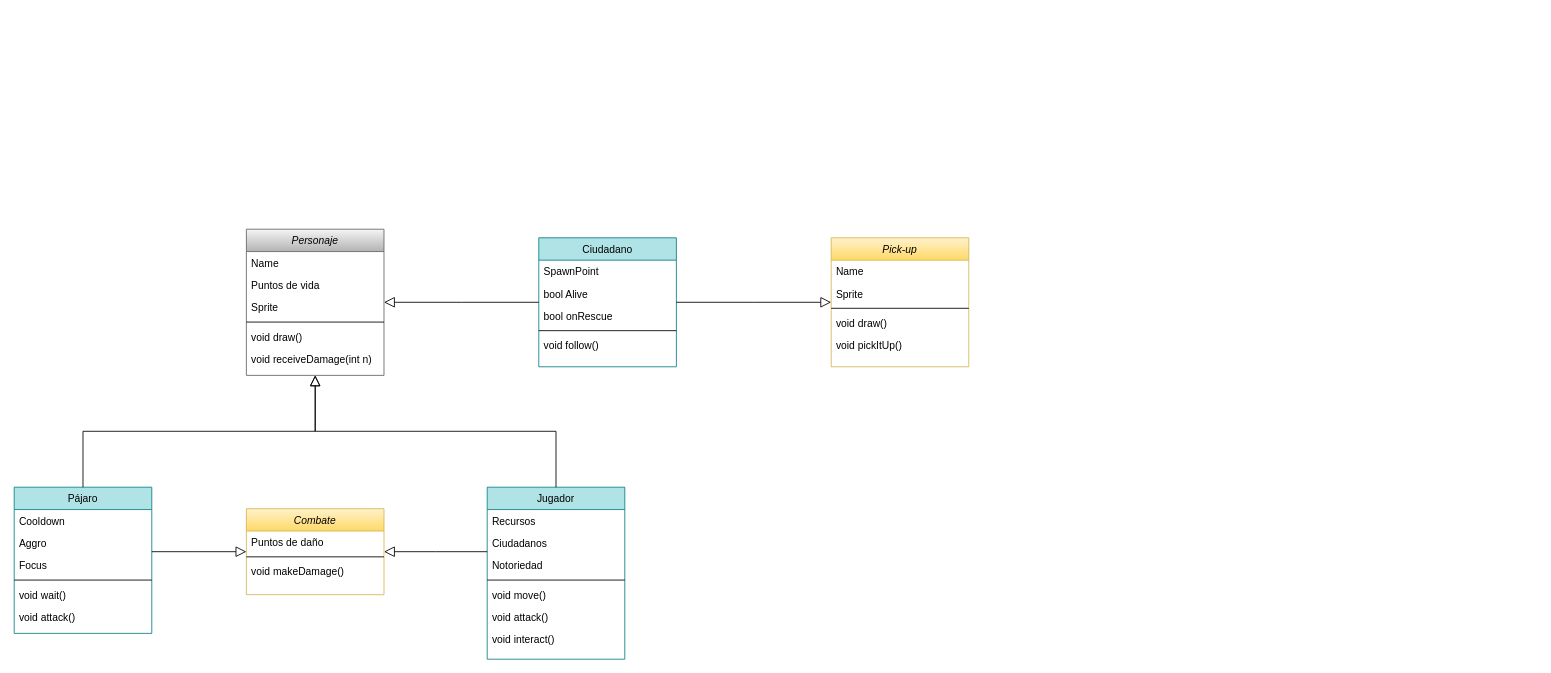
Before: assets/documents/Arquitectura - UML/Diagrama de GameObjects.drawio in Acedpol/Proyecto_PVLI---AVES, a draw.io diagram. Source tidied: cells renumbered, new cells numbered last; positions are measured from the earlier drawing's top-left corner, leaving out a move shared by most shapes. Both pictures are drawn from the tidied source at 86%, with x=0, y=0 at pixel (14, 229).
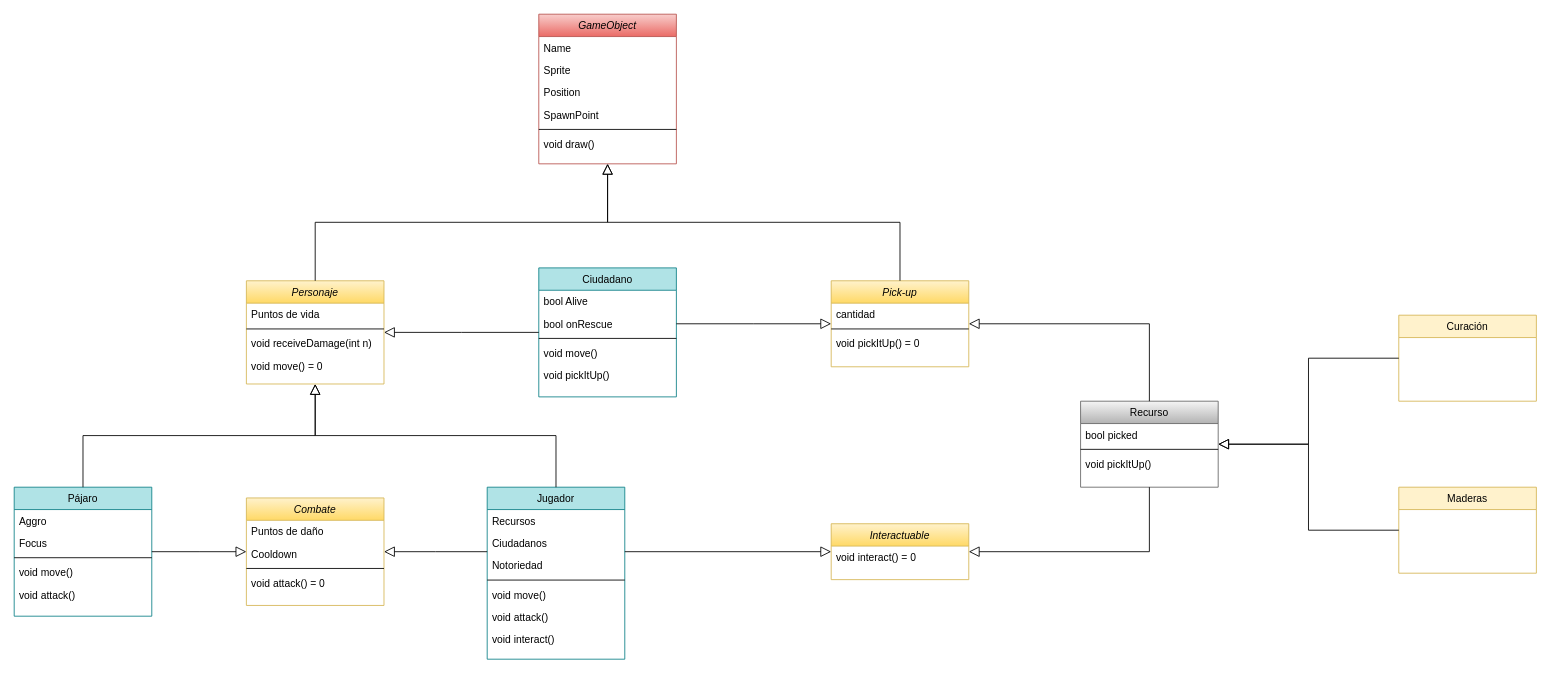
Above is the later version.

Commit message:
UML un poco más conciso

The change refers to these unchanged cells:
```xml
<mxCell id="17" value="Jugador" style="swimlane;fontStyle=0;align=center;verticalAlign=top;horizontal=1;startSize=26;rounded=0;shadow=0;strokeWidth=1;fillColor=#b0e3e6;strokeColor=#0e8088;" parent="1" vertex="1">
  <mxGeometry x="550" y="300" width="160" height="200" as="geometry" />
</mxCell>
```

The edit, as a diff of the source:
```diff
@@
-    <mxCell id="2" value="Personaje" style="swimlane;fontStyle=2;align=center;verticalAlign=top;horizontal=1;startSize=26;rounded=0;shadow=0;strokeWidth=1;fillColor=#f5f5f5;strokeColor=#666666;gradientColor=#b3b3b3;" parent="1" vertex="1">
-      <mxGeometry x="270" width="160" height="170" as="geometry" />
+    <mxCell id="2" value="Personaje" style="swimlane;fontStyle=2;align=center;verticalAlign=top;horizontal=1;startSize=26;rounded=0;shadow=0;strokeWidth=1;fillColor=#fff2cc;strokeColor=#d6b656;gradientColor=#ffd966;" parent="1" vertex="1">
+      <mxGeometry x="270" y="60" width="160" height="120" as="geometry" />
     </mxCell>
-    <mxCell id="3" value="Name" style="text;align=left;verticalAlign=top;spacingLeft=4;spacingRight=4;overflow=hidden;" parent="2" vertex="1">
-      <mxGeometry y="26" width="160" height="26" as="geometry" />
-    </mxCell>
     <mxCell id="4" value="Puntos de vida" style="text;align=left;verticalAlign=top;spacingLeft=4;spacingRight=4;overflow=hidden;rounded=0;shadow=0;html=0;" parent="2" vertex="1">
-      <mxGeometry y="52" width="160" height="26" as="geometry" />
+      <mxGeometry y="26" width="160" height="26" as="geometry" />
     </mxCell>
-    <mxCell id="5" value="Sprite" style="text;align=left;verticalAlign=top;spacingLeft=4;spacingRight=4;overflow=hidden;" parent="2" vertex="1">
-      <mxGeometry y="78" width="160" height="26" as="geometry" />
-    </mxCell>
     <mxCell id="6" style="line;html=1;strokeWidth=1;align=left;verticalAlign=middle;spacingTop=-1;spacingLeft=3;spacingRight=3;labelPosition=right;" parent="2" vertex="1">
-      <mxGeometry y="104" width="160" height="8" as="geometry" />
+      <mxGeometry y="52" width="160" height="8" as="geometry" />
     </mxCell>
-    <mxCell id="7" value="void draw()" style="text;align=left;verticalAlign=top;spacingLeft=4;spacingRight=4;overflow=hidden;" parent="2" vertex="1">
-      <mxGeometry y="112" width="160" height="26" as="geometry" />
-    </mxCell>
     <mxCell id="8" value="void receiveDamage(int n)" style="text;align=left;verticalAlign=top;spacingLeft=4;spacingRight=4;overflow=hidden;" parent="2" vertex="1">
-      <mxGeometry y="138" width="160" height="26" as="geometry" />
+      <mxGeometry y="60" width="160" height="26" as="geometry" />
     </mxCell>
+    <mxCell id="46" value="void move() = 0" style="text;align=left;verticalAlign=top;spacingLeft=4;spacingRight=4;overflow=hidden;" parent="2" vertex="1">
+      <mxGeometry y="86" width="160" height="26" as="geometry" />
+    </mxCell>
     <mxCell id="9" value="Pájaro" style="swimlane;fontStyle=0;align=center;verticalAlign=top;horizontal=1;startSize=26;rounded=0;shadow=0;strokeWidth=1;fillColor=#b0e3e6;strokeColor=#0e8088;" parent="1" vertex="1">
-      <mxGeometry y="300" width="160" height="170" as="geometry" />
+      <mxGeometry y="300" width="160" height="150" as="geometry" />
     </mxCell>
-    <mxCell id="10" value="Cooldown" style="text;align=left;verticalAlign=top;spacingLeft=4;spacingRight=4;overflow=hidden;fillColor=none;" parent="9" vertex="1">
-      <mxGeometry y="26" width="160" height="26" as="geometry" />
-    </mxCell>
     <mxCell id="11" value="Aggro" style="text;align=left;verticalAlign=top;spacingLeft=4;spacingRight=4;overflow=hidden;rounded=0;shadow=0;html=0;" parent="9" vertex="1">
-      <mxGeometry y="52" width="160" height="26" as="geometry" />
+      <mxGeometry y="26" width="160" height="26" as="geometry" />
     </mxCell>
     <mxCell id="12" value="Focus" style="text;align=left;verticalAlign=top;spacingLeft=4;spacingRight=4;overflow=hidden;" parent="9" vertex="1">
-      <mxGeometry y="78" width="160" height="26" as="geometry" />
+      <mxGeometry y="52" width="160" height="26" as="geometry" />
     </mxCell>
     <mxCell id="13" style="line;html=1;strokeWidth=1;align=left;verticalAlign=middle;spacingTop=-1;spacingLeft=3;spacingRight=3;labelPosition=right;" parent="9" vertex="1">
-      <mxGeometry y="104" width="160" height="8" as="geometry" />
+      <mxGeometry y="78" width="160" height="8" as="geometry" />
     </mxCell>
-    <mxCell id="14" value="void wait()" style="text;align=left;verticalAlign=top;spacingLeft=4;spacingRight=4;overflow=hidden;fontStyle=0;" parent="9" vertex="1">
-      <mxGeometry y="112" width="160" height="26" as="geometry" />
+    <mxCell id="14" value="void move()" style="text;align=left;verticalAlign=top;spacingLeft=4;spacingRight=4;overflow=hidden;fontStyle=0;" parent="9" vertex="1">
+      <mxGeometry y="86" width="160" height="26" as="geometry" />
     </mxCell>
     <mxCell id="15" value="void attack()" style="text;align=left;verticalAlign=top;spacingLeft=4;spacingRight=4;overflow=hidden;rounded=0;shadow=0;html=0;" parent="9" vertex="1">
-      <mxGeometry y="138" width="160" height="26" as="geometry" />
+      <mxGeometry y="112" width="160" height="26" as="geometry" />
     </mxCell>
@@
     <mxCell id="26" value="Ciudadano" style="swimlane;fontStyle=0;align=center;verticalAlign=top;horizontal=1;startSize=26;rounded=0;shadow=0;strokeWidth=1;fillColor=#b0e3e6;strokeColor=#0e8088;" parent="1" vertex="1">
-      <mxGeometry x="610" y="10" width="160" height="150" as="geometry" />
+      <mxGeometry x="610" y="45" width="160" height="150" as="geometry" />
     </mxCell>
-    <mxCell id="27" value="SpawnPoint" style="text;align=left;verticalAlign=top;spacingLeft=4;spacingRight=4;overflow=hidden;" parent="26" vertex="1">
-      <mxGeometry y="26" width="160" height="26" as="geometry" />
-    </mxCell>
     <mxCell id="28" value="bool Alive" style="text;align=left;verticalAlign=top;spacingLeft=4;spacingRight=4;overflow=hidden;rounded=0;shadow=0;html=0;" parent="26" vertex="1">
-      <mxGeometry y="52" width="160" height="26" as="geometry" />
+      <mxGeometry y="26" width="160" height="26" as="geometry" />
     </mxCell>
     <mxCell id="29" value="bool onRescue" style="text;align=left;verticalAlign=top;spacingLeft=4;spacingRight=4;overflow=hidden;" parent="26" vertex="1">
-      <mxGeometry y="78" width="160" height="26" as="geometry" />
+      <mxGeometry y="52" width="160" height="26" as="geometry" />
     </mxCell>
     <mxCell id="30" style="line;html=1;strokeWidth=1;align=left;verticalAlign=middle;spacingTop=-1;spacingLeft=3;spacingRight=3;labelPosition=right;" parent="26" vertex="1">
-      <mxGeometry y="104" width="160" height="8" as="geometry" />
+      <mxGeometry y="78" width="160" height="8" as="geometry" />
     </mxCell>
-    <mxCell id="31" value="void follow()" style="text;align=left;verticalAlign=top;spacingLeft=4;spacingRight=4;overflow=hidden;" parent="26" vertex="1">
-      <mxGeometry y="112" width="160" height="26" as="geometry" />
+    <mxCell id="31" value="void move()" style="text;align=left;verticalAlign=top;spacingLeft=4;spacingRight=4;overflow=hidden;" parent="26" vertex="1">
+      <mxGeometry y="86" width="160" height="26" as="geometry" />
     </mxCell>
+    <mxCell id="47" value="void pickItUp()" style="text;align=left;verticalAlign=top;spacingLeft=4;spacingRight=4;overflow=hidden;" parent="26" vertex="1">
+      <mxGeometry y="112" width="160" height="26" as="geometry" />
+    </mxCell>
@@
     <mxCell id="33" value="Pick-up" style="swimlane;fontStyle=2;align=center;verticalAlign=top;horizontal=1;startSize=26;rounded=0;shadow=0;strokeWidth=1;fillColor=#fff2cc;strokeColor=#d6b656;gradientColor=#ffd966;" parent="1" vertex="1">
-      <mxGeometry x="950" y="10" width="160" height="150" as="geometry" />
+      <mxGeometry x="950" y="60" width="160" height="100" as="geometry" />
     </mxCell>
-    <mxCell id="34" value="Name" style="text;align=left;verticalAlign=top;spacingLeft=4;spacingRight=4;overflow=hidden;" parent="33" vertex="1">
-      <mxGeometry y="26" width="160" height="26" as="geometry" />
-    </mxCell>
-    <mxCell id="35" value="Sprite" style="text;align=left;verticalAlign=top;spacingLeft=4;spacingRight=4;overflow=hidden;" parent="33" vertex="1">
-      <mxGeometry y="52" width="160" height="26" as="geometry" />
-    </mxCell>
+    <mxCell id="48" value="cantidad" style="text;align=left;verticalAlign=top;spacingLeft=4;spacingRight=4;overflow=hidden;" parent="33" vertex="1">
+      <mxGeometry y="26" width="160" height="26" as="geometry" />
+    </mxCell>
     <mxCell id="36" style="line;html=1;strokeWidth=1;align=left;verticalAlign=middle;spacingTop=-1;spacingLeft=3;spacingRight=3;labelPosition=right;" parent="33" vertex="1">
-      <mxGeometry y="78" width="160" height="8" as="geometry" />
+      <mxGeometry y="52" width="160" height="8" as="geometry" />
     </mxCell>
-    <mxCell id="37" value="void draw()" style="text;align=left;verticalAlign=top;spacingLeft=4;spacingRight=4;overflow=hidden;" parent="33" vertex="1">
-      <mxGeometry y="86" width="160" height="26" as="geometry" />
-    </mxCell>
-    <mxCell id="38" value="void pickItUp()" style="text;align=left;verticalAlign=top;spacingLeft=4;spacingRight=4;overflow=hidden;" parent="33" vertex="1">
-      <mxGeometry y="112" width="160" height="26" as="geometry" />
+    <mxCell id="38" value="void pickItUp() = 0" style="text;align=left;verticalAlign=top;spacingLeft=4;spacingRight=4;overflow=hidden;" parent="33" vertex="1">
+      <mxGeometry y="60" width="160" height="26" as="geometry" />
     </mxCell>
@@
     <mxCell id="40" value="Combate" style="swimlane;fontStyle=2;align=center;verticalAlign=top;horizontal=1;startSize=26;rounded=0;shadow=0;strokeWidth=1;fillColor=#fff2cc;strokeColor=#d6b656;gradientColor=#ffd966;" parent="1" vertex="1">
-      <mxGeometry x="270" y="325" width="160" height="100" as="geometry" />
+      <mxGeometry x="270" y="312.5" width="160" height="125" as="geometry" />
     </mxCell>
@@
+    <mxCell id="10" value="Cooldown" style="text;align=left;verticalAlign=top;spacingLeft=4;spacingRight=4;overflow=hidden;fillColor=none;" parent="40" vertex="1">
+      <mxGeometry y="52" width="160" height="26" as="geometry" />
+    </mxCell>
     <mxCell id="42" style="line;html=1;strokeWidth=1;align=left;verticalAlign=middle;spacingTop=-1;spacingLeft=3;spacingRight=3;labelPosition=right;" parent="40" vertex="1">
-      <mxGeometry y="52" width="160" height="8" as="geometry" />
+      <mxGeometry y="78" width="160" height="8" as="geometry" />
     </mxCell>
-    <mxCell id="43" value="void makeDamage()" style="text;align=left;verticalAlign=top;spacingLeft=4;spacingRight=4;overflow=hidden;" parent="40" vertex="1">
-      <mxGeometry y="60" width="160" height="26" as="geometry" />
+    <mxCell id="43" value="void attack() = 0" style="text;align=left;verticalAlign=top;spacingLeft=4;spacingRight=4;overflow=hidden;" parent="40" vertex="1">
+      <mxGeometry y="86" width="160" height="26" as="geometry" />
     </mxCell>
@@
+    <mxCell id="49" value="GameObject" style="swimlane;fontStyle=2;align=center;verticalAlign=top;horizontal=1;startSize=26;rounded=0;shadow=0;strokeWidth=1;fillColor=#f8cecc;strokeColor=#b85450;gradientColor=#ea6b66;" parent="1" vertex="1">
+      <mxGeometry x="610" y="-250" width="160" height="174" as="geometry" />
+    </mxCell>
+    <mxCell id="50" value="Name" style="text;align=left;verticalAlign=top;spacingLeft=4;spacingRight=4;overflow=hidden;" parent="49" vertex="1">
+      <mxGeometry y="26" width="160" height="26" as="geometry" />
+    </mxCell>
+    <mxCell id="35" value="Sprite" style="text;align=left;verticalAlign=top;spacingLeft=4;spacingRight=4;overflow=hidden;" parent="49" vertex="1">
+      <mxGeometry y="52" width="160" height="26" as="geometry" />
+    </mxCell>
+    <mxCell id="51" value="Position" style="text;align=left;verticalAlign=top;spacingLeft=4;spacingRight=4;overflow=hidden;" parent="49" vertex="1">
+      <mxGeometry y="78" width="160" height="26" as="geometry" />
+    </mxCell>
+    <mxCell id="27" value="SpawnPoint" style="text;align=left;verticalAlign=top;spacingLeft=4;spacingRight=4;overflow=hidden;" parent="49" vertex="1">
+      <mxGeometry y="104" width="160" height="26" as="geometry" />
+    </mxCell>
+    <mxCell id="52" style="line;html=1;strokeWidth=1;align=left;verticalAlign=middle;spacingTop=-1;spacingLeft=3;spacingRight=3;labelPosition=right;" parent="49" vertex="1">
+      <mxGeometry y="130" width="160" height="8" as="geometry" />
+    </mxCell>
+    <mxCell id="53" value="void draw()" style="text;align=left;verticalAlign=top;spacingLeft=4;spacingRight=4;overflow=hidden;" parent="49" vertex="1">
+      <mxGeometry y="138" width="160" height="26" as="geometry" />
+    </mxCell>
+    <mxCell id="54" style="endArrow=block;endSize=10;endFill=0;shadow=0;strokeWidth=1;rounded=0;edgeStyle=elbowEdgeStyle;elbow=vertical;" parent="1" edge="1" source="2" target="49">
+      <mxGeometry relative="1" as="geometry" />
+    </mxCell>
+    <mxCell id="55" style="endArrow=block;endSize=10;endFill=0;shadow=0;strokeWidth=1;rounded=0;edgeStyle=elbowEdgeStyle;elbow=vertical;" parent="1" edge="1" source="33" target="49">
+      <mxGeometry relative="1" as="geometry" />
+    </mxCell>
+    <mxCell id="56" value="Interactuable" style="swimlane;fontStyle=2;align=center;verticalAlign=top;horizontal=1;startSize=26;rounded=0;shadow=0;strokeWidth=1;fillColor=#fff2cc;strokeColor=#d6b656;gradientColor=#ffd966;" parent="1" vertex="1">
+      <mxGeometry x="950" y="342.5" width="160" height="65" as="geometry" />
+    </mxCell>
+    <mxCell id="57" value="void interact() = 0" style="text;align=left;verticalAlign=top;spacingLeft=4;spacingRight=4;overflow=hidden;" parent="56" vertex="1">
+      <mxGeometry y="26" width="160" height="26" as="geometry" />
+    </mxCell>
+    <mxCell id="58" style="endArrow=block;endSize=10;endFill=0;shadow=0;strokeWidth=1;rounded=0;edgeStyle=elbowEdgeStyle;elbow=vertical;" parent="1" edge="1" source="17" target="56">
+      <mxGeometry relative="1" as="geometry" />
+    </mxCell>
+    <mxCell id="59" value="Recurso" style="swimlane;fontStyle=0;align=center;verticalAlign=top;horizontal=1;startSize=26;rounded=0;shadow=0;strokeWidth=1;fillColor=#f5f5f5;strokeColor=#666666;gradientColor=#b3b3b3;" parent="1" vertex="1">
+      <mxGeometry x="1240" y="200" width="160" height="100" as="geometry" />
+    </mxCell>
+    <mxCell id="60" value="bool picked" style="text;align=left;verticalAlign=top;spacingLeft=4;spacingRight=4;overflow=hidden;" parent="59" vertex="1">
+      <mxGeometry y="26" width="160" height="26" as="geometry" />
+    </mxCell>
+    <mxCell id="61" style="line;html=1;strokeWidth=1;align=left;verticalAlign=middle;spacingTop=-1;spacingLeft=3;spacingRight=3;labelPosition=right;" parent="59" vertex="1">
+      <mxGeometry y="52" width="160" height="8" as="geometry" />
+    </mxCell>
+    <mxCell id="62" value="void pickItUp()" style="text;align=left;verticalAlign=top;spacingLeft=4;spacingRight=4;overflow=hidden;" parent="59" vertex="1">
+      <mxGeometry y="60" width="160" height="26" as="geometry" />
+    </mxCell>
+    <mxCell id="63" style="endArrow=block;endSize=10;endFill=0;shadow=0;strokeWidth=1;rounded=0;edgeStyle=elbowEdgeStyle;elbow=vertical;" parent="1" edge="1" source="59" target="33">
+      <mxGeometry relative="1" as="geometry">
+        <Array as="points">
+          <mxPoint x="1200" y="110" />
+        </Array>
+      </mxGeometry>
+    </mxCell>
+    <mxCell id="64" style="endArrow=block;endSize=10;endFill=0;shadow=0;strokeWidth=1;rounded=0;edgeStyle=elbowEdgeStyle;elbow=vertical;" parent="1" edge="1" source="59" target="56">
+      <mxGeometry relative="1" as="geometry">
+        <Array as="points">
+          <mxPoint x="1320" y="375" />
+        </Array>
+      </mxGeometry>
+    </mxCell>
+    <mxCell id="65" value="Curación" style="swimlane;fontStyle=0;align=center;verticalAlign=top;horizontal=1;startSize=26;rounded=0;shadow=0;strokeWidth=1;fillColor=#fff2cc;strokeColor=#d6b656;" parent="1" vertex="1">
+      <mxGeometry x="1610" y="100" width="160" height="100" as="geometry" />
+    </mxCell>
+    <mxCell id="66" style="endArrow=block;endSize=10;endFill=0;shadow=0;strokeWidth=1;rounded=0;edgeStyle=elbowEdgeStyle;elbow=vertical;" parent="1" edge="1" source="65" target="59">
+      <mxGeometry relative="1" as="geometry" />
+    </mxCell>
+    <mxCell id="67" value="Maderas" style="swimlane;fontStyle=0;align=center;verticalAlign=top;horizontal=1;startSize=26;rounded=0;shadow=0;strokeWidth=1;fillColor=#fff2cc;strokeColor=#d6b656;" parent="1" vertex="1">
+      <mxGeometry x="1610" y="300" width="160" height="100" as="geometry" />
+    </mxCell>
+    <mxCell id="68" style="endArrow=block;endSize=10;endFill=0;shadow=0;strokeWidth=1;rounded=0;edgeStyle=elbowEdgeStyle;elbow=vertical;" parent="1" edge="1" source="67" target="59">
+      <mxGeometry relative="1" as="geometry" />
+    </mxCell>
```
